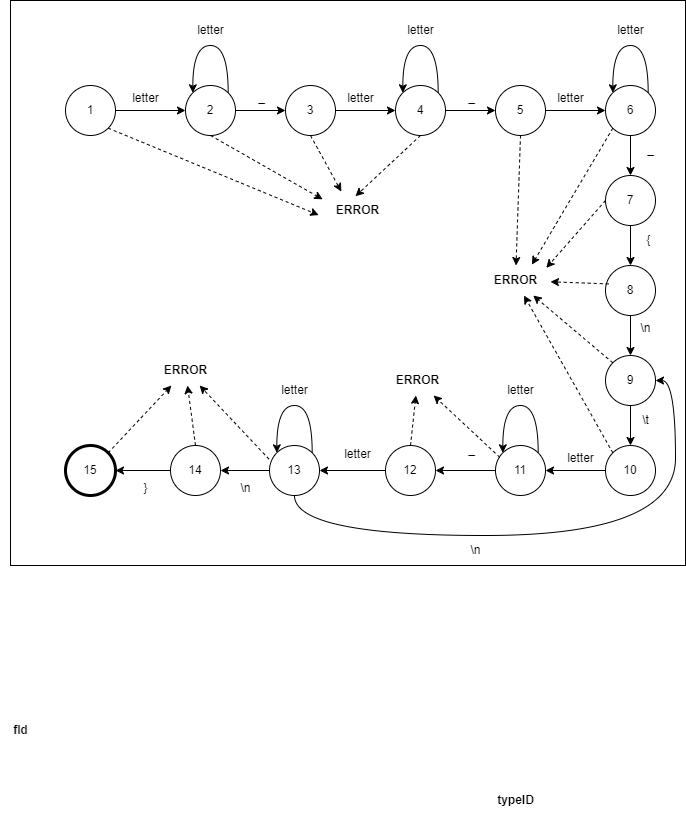
Earlier version of the draw.io export images/FSM.png (Nikonoffcmi/Compiler). Source tidied: cells renumbered, new cells last; positions are measured from the earlier drawing's top-left corner, leaving out a move shared by most shapes.
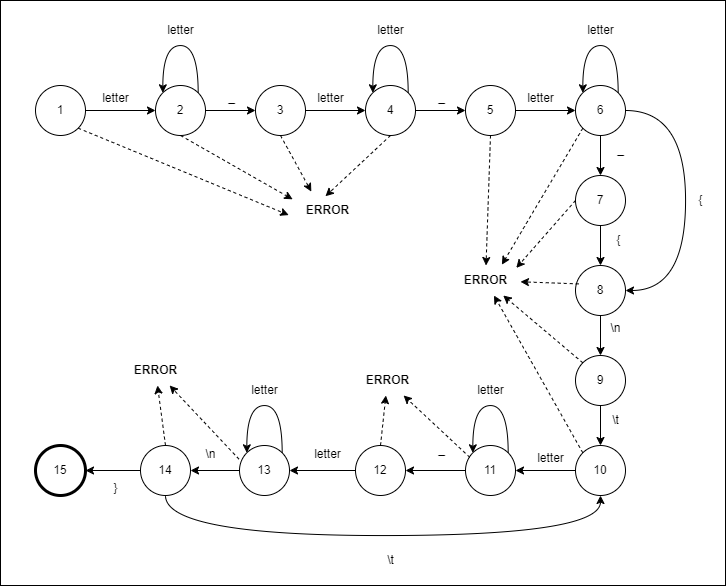
After the commit.

Diff of the diagram source:
```diff
@@ -2,9 +2,9 @@
   <root>
     <mxCell id="0" />
     <mxCell id="1" parent="0" />
-    <mxCell id="2" style="rounded=0;whiteSpace=wrap;html=1;" parent="1" vertex="1">
-      <mxGeometry x="10" width="675" height="565" as="geometry" />
-    </mxCell>
+    <mxCell id="79" style="rounded=0;whiteSpace=wrap;html=1;" parent="1" vertex="1">
+      <mxGeometry x="30" width="725" height="585" as="geometry" />
+    </mxCell>
     <mxCell id="3" style="edgeStyle=orthogonalEdgeStyle;rounded=0;jettySize=auto;html=1;entryX=0;entryY=0.5;entryDx=0;entryDy=0;" parent="1" edge="1" source="4" target="6">
       <mxGeometry relative="1" as="geometry" />
     </mxCell>
@@ -72,6 +72,14 @@
     <mxCell id="21" style="edgeStyle=orthogonalEdgeStyle;rounded=0;jettySize=auto;html=1;entryX=0.5;entryY=0;entryDx=0;entryDy=0;" parent="1" edge="1" source="22" target="47">
       <mxGeometry relative="1" as="geometry" />
     </mxCell>
+    <mxCell id="80" style="edgeStyle=orthogonalEdgeStyle;rounded=0;jettySize=auto;html=1;entryX=1;entryY=0.5;entryDx=0;entryDy=0;curved=1;" parent="1" edge="1" source="22" target="49">
+      <mxGeometry relative="1" as="geometry">
+        <Array as="points">
+          <mxPoint x="715" y="110" />
+          <mxPoint x="715" y="290" />
+        </Array>
+      </mxGeometry>
+    </mxCell>
     <mxCell id="22" value="6" style="ellipse;whiteSpace=wrap;html=1;" parent="1" vertex="1">
       <mxGeometry x="605" y="85" width="50" height="50" as="geometry" />
     </mxCell>
@@ -125,12 +133,11 @@
     <mxCell id="37" style="edgeStyle=orthogonalEdgeStyle;rounded=0;jettySize=auto;html=1;entryX=1;entryY=0.5;entryDx=0;entryDy=0;" parent="1" edge="1" source="39" target="57">
       <mxGeometry relative="1" as="geometry" />
     </mxCell>
-    <mxCell id="38" style="edgeStyle=orthogonalEdgeStyle;rounded=0;jettySize=auto;html=1;entryX=1;entryY=0.5;entryDx=0;entryDy=0;curved=1;" parent="1" edge="1" source="39" target="52">
+    <mxCell id="38" style="edgeStyle=orthogonalEdgeStyle;rounded=0;jettySize=auto;html=1;entryX=0.5;entryY=1;entryDx=0;entryDy=0;curved=1;exitX=0.5;exitY=1;exitDx=0;exitDy=0;" parent="1" edge="1" source="57" target="27">
       <mxGeometry relative="1" as="geometry">
         <Array as="points">
-          <mxPoint x="294" y="535" />
-          <mxPoint x="675" y="535" />
-          <mxPoint x="675" y="380" />
+          <mxPoint x="195" y="535" />
+          <mxPoint x="630" y="535" />
         </Array>
       </mxGeometry>
     </mxCell>
@@ -143,17 +150,11 @@
     <mxCell id="41" value="letter" style="text;html=1;align=center;verticalAlign=middle;strokeColor=none;fillColor=none;" parent="1" vertex="1">
       <mxGeometry x="495" y="375" width="50" height="30" as="geometry" />
     </mxCell>
-    <mxCell id="42" value="fId" style="text;html=1;align=center;verticalAlign=middle;strokeColor=none;fillColor=none;fontStyle=1;" parent="1" vertex="1">
-      <mxGeometry y="715" width="40" height="30" as="geometry" />
-    </mxCell>
-    <mxCell id="43" value="&lt;b&gt;typeID&lt;/b&gt;" style="text;html=1;align=center;verticalAlign=middle;strokeColor=none;fillColor=none;" parent="1" vertex="1">
-      <mxGeometry x="485" y="785" width="60" height="30" as="geometry" />
-    </mxCell>
     <mxCell id="44" value="15" style="ellipse;whiteSpace=wrap;html=1;strokeWidth=3;" parent="1" vertex="1">
       <mxGeometry x="65" y="445" width="50" height="50" as="geometry" />
     </mxCell>
-    <mxCell id="45" value="\n" style="text;html=1;align=center;verticalAlign=middle;strokeColor=none;fillColor=none;" parent="1" vertex="1">
-      <mxGeometry x="460" y="535" width="30" height="30" as="geometry" />
+    <mxCell id="45" value="\t" style="text;html=1;align=center;verticalAlign=middle;strokeColor=none;fillColor=none;" parent="1" vertex="1">
+      <mxGeometry x="405" y="545" width="30" height="30" as="geometry" />
     </mxCell>
     <mxCell id="46" style="edgeStyle=orthogonalEdgeStyle;rounded=0;jettySize=auto;html=1;" parent="1" edge="1" source="47" target="49">
       <mxGeometry relative="1" as="geometry" />
@@ -202,7 +203,7 @@
       <mxGeometry x="170" y="445" width="50" height="50" as="geometry" />
     </mxCell>
     <mxCell id="58" value="\n" style="text;html=1;align=center;verticalAlign=middle;strokeColor=none;fillColor=none;" parent="1" vertex="1">
-      <mxGeometry x="230" y="473" width="30" height="30" as="geometry" />
+      <mxGeometry x="225" y="439" width="30" height="30" as="geometry" />
     </mxCell>
     <mxCell id="59" value="}" style="text;html=1;align=center;verticalAlign=middle;strokeColor=none;fillColor=none;" parent="1" vertex="1">
       <mxGeometry x="130" y="473" width="30" height="30" as="geometry" />
@@ -225,9 +226,6 @@
     <mxCell id="65" value="ERROR" style="text;html=1;align=center;verticalAlign=middle;points=[];strokeColor=none;fillColor=none;fontStyle=1;" parent="1" vertex="1">
       <mxGeometry x="150" y="355" width="70" height="30" as="geometry" />
     </mxCell>
-    <mxCell id="66" style="rounded=1;jettySize=auto;html=1;exitX=1;exitY=0;exitDx=0;exitDy=0;dashed=1;" parent="1" edge="1" source="44" target="65">
-      <mxGeometry relative="1" as="geometry" />
-    </mxCell>
     <mxCell id="67" style="rounded=1;jettySize=auto;html=1;exitX=0.5;exitY=0;exitDx=0;exitDy=0;dashed=1;" parent="1" edge="1" source="57" target="65">
       <mxGeometry relative="1" as="geometry" />
     </mxCell>
@@ -264,5 +262,8 @@
     <mxCell id="78" style="rounded=1;jettySize=auto;html=1;dashed=1;exitX=0;exitY=0;exitDx=0;exitDy=0;" parent="1" edge="1" source="27" target="72">
       <mxGeometry relative="1" as="geometry" />
     </mxCell>
+    <mxCell id="81" value="{" style="text;html=1;align=center;verticalAlign=middle;strokeColor=none;fillColor=none;" parent="1" vertex="1">
+      <mxGeometry x="715" y="185" width="30" height="30" as="geometry" />
+    </mxCell>
   </root>
 </mxGraphModel>
```
